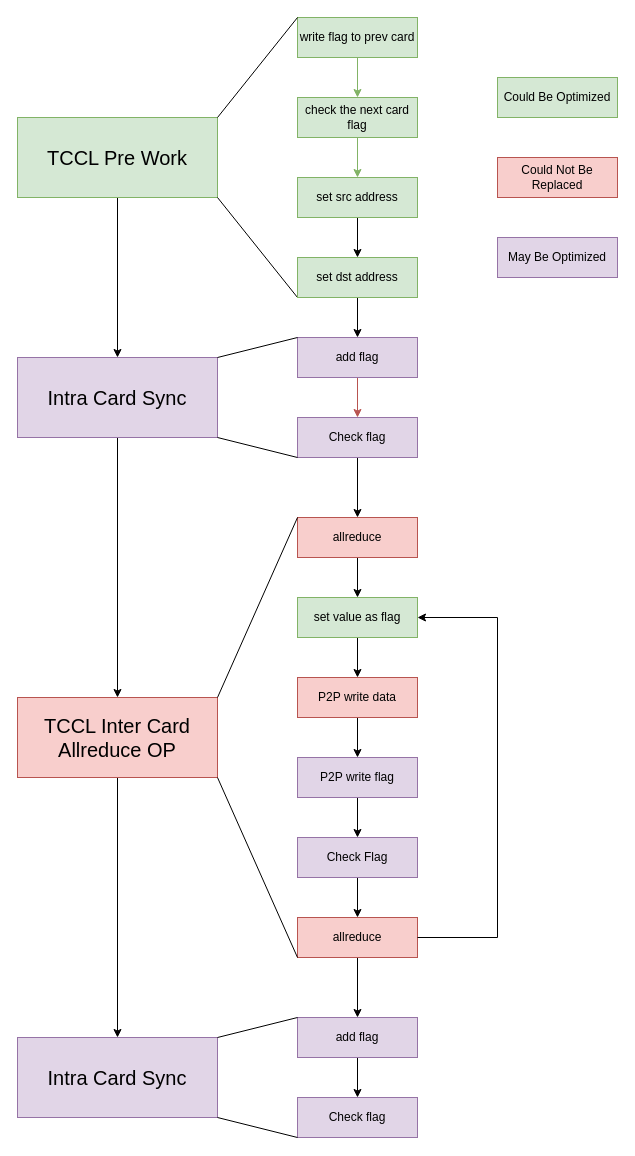
This is TCCL/TCCL_SYNC/TCCLAX_allreduce.drawio from BEYHHH/SBLP, a draw.io file, before an edit. Source tidied: cells renumbered, new cells numbered last; positions are measured from the earlier drawing's top-left corner, leaving out a move shared by most shapes. Both pictures are drawn from the tidied source at 100%, with x=0, y=0 at pixel (17, 17).
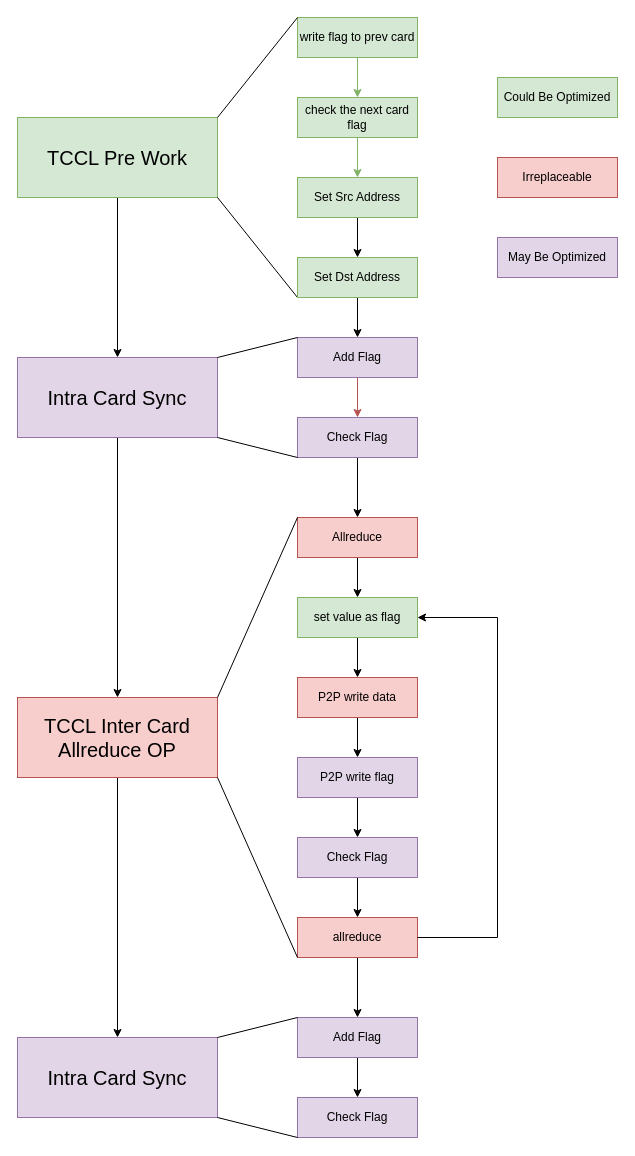
The same page after the edit.

What changed in the source:
```diff
@@
-    <mxCell id="10" value="set src address" style="rounded=0;whiteSpace=wrap;html=1;fillColor=#d5e8d4;strokeColor=#82b366;" parent="1" vertex="1">
+    <mxCell id="10" value="Set Src Address" style="rounded=0;whiteSpace=wrap;html=1;fillColor=#d5e8d4;strokeColor=#82b366;" parent="1" vertex="1">
       <mxGeometry x="280" y="160" width="120" height="40" as="geometry" />
     </mxCell>
@@
-    <mxCell id="12" value="add flag" style="rounded=0;whiteSpace=wrap;html=1;fillColor=#e1d5e7;strokeColor=#9673a6;" parent="1" vertex="1">
+    <mxCell id="12" value="Add Flag" style="rounded=0;whiteSpace=wrap;html=1;fillColor=#e1d5e7;strokeColor=#9673a6;" parent="1" vertex="1">
       <mxGeometry x="280" y="320" width="120" height="40" as="geometry" />
     </mxCell>
@@
-    <mxCell id="14" value="Check flag" style="rounded=0;whiteSpace=wrap;html=1;fillColor=#e1d5e7;strokeColor=#9673a6;" parent="1" vertex="1">
+    <mxCell id="14" value="Check Flag" style="rounded=0;whiteSpace=wrap;html=1;fillColor=#e1d5e7;strokeColor=#9673a6;" parent="1" vertex="1">
       <mxGeometry x="280" y="400" width="120" height="40" as="geometry" />
     </mxCell>
@@
-    <mxCell id="18" value="allreduce" style="rounded=0;whiteSpace=wrap;html=1;fillColor=#f8cecc;strokeColor=#b85450;" parent="1" vertex="1">
+    <mxCell id="18" value="Allreduce" style="rounded=0;whiteSpace=wrap;html=1;fillColor=#f8cecc;strokeColor=#b85450;" parent="1" vertex="1">
       <mxGeometry x="280" y="500" width="120" height="40" as="geometry" />
     </mxCell>
@@
-    <mxCell id="37" value="add flag" style="rounded=0;whiteSpace=wrap;html=1;fillColor=#e1d5e7;strokeColor=#9673a6;" parent="1" vertex="1">
+    <mxCell id="37" value="Add Flag" style="rounded=0;whiteSpace=wrap;html=1;fillColor=#e1d5e7;strokeColor=#9673a6;" parent="1" vertex="1">
       <mxGeometry x="280" y="1000" width="120" height="40" as="geometry" />
     </mxCell>
-    <mxCell id="38" value="Check flag" style="rounded=0;whiteSpace=wrap;html=1;fillColor=#e1d5e7;strokeColor=#9673a6;" parent="1" vertex="1">
+    <mxCell id="38" value="Check Flag" style="rounded=0;whiteSpace=wrap;html=1;fillColor=#e1d5e7;strokeColor=#9673a6;" parent="1" vertex="1">
       <mxGeometry x="280" y="1080" width="120" height="40" as="geometry" />
     </mxCell>
@@
-    <mxCell id="44" value="set dst address" style="rounded=0;whiteSpace=wrap;html=1;fillColor=#d5e8d4;strokeColor=#82b366;" parent="1" vertex="1">
+    <mxCell id="44" value="Set Dst Address" style="rounded=0;whiteSpace=wrap;html=1;fillColor=#d5e8d4;strokeColor=#82b366;" parent="1" vertex="1">
       <mxGeometry x="280" y="240" width="120" height="40" as="geometry" />
     </mxCell>
@@
-    <mxCell id="46" value="Could Not Be Replaced" style="rounded=0;whiteSpace=wrap;html=1;fillColor=#f8cecc;strokeColor=#b85450;" parent="1" vertex="1">
+    <mxCell id="46" value="Irreplaceable" style="rounded=0;whiteSpace=wrap;html=1;fillColor=#f8cecc;strokeColor=#b85450;" parent="1" vertex="1">
       <mxGeometry x="480" y="140" width="120" height="40" as="geometry" />
     </mxCell>
```
